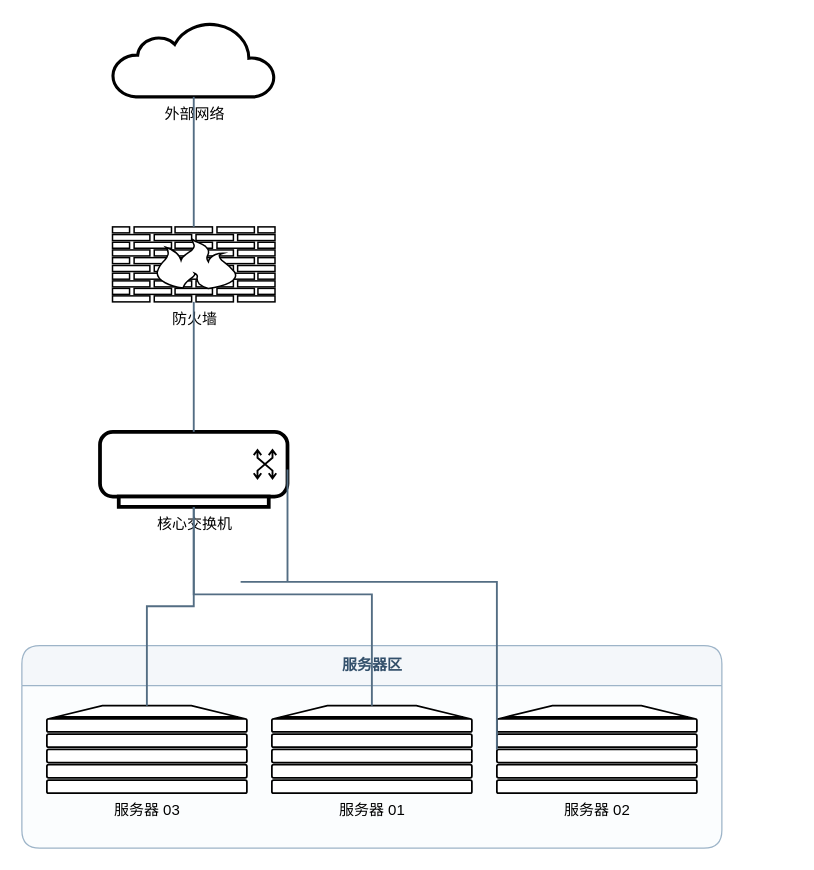
ttonghao-thao/Ai-Diagram keeps this draw.io diagram as out/network.drawio. Above is the earlier version. Source tidied: cells renumbered, new cells numbered last; positions are measured from the earlier drawing's top-left corner, leaving out a move shared by most shapes. Both pictures are drawn from the tidied source at 125%, with x=0, y=0 at pixel (21, 21).
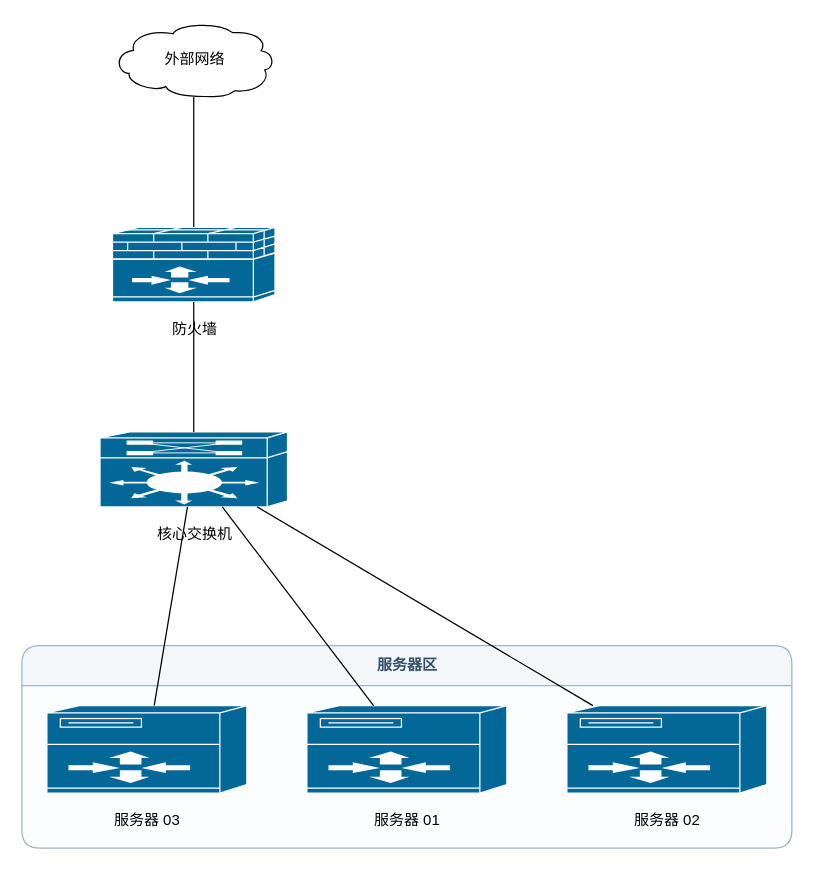
The same diagram, later.

What changed in the source:
```diff
@@
 <mxGraphModel>
   <root>
     <mxCell id="0" />
     <mxCell id="1" parent="0" />
     <mxCell id="2" value="服务器区" style="swimlane;html=1;startSize=32;horizontal=1;rounded=1;fillColor=#F4F7FA;strokeColor=#9DB4C8;fontColor=#33506B;swimlaneFillColor=#FBFDFE;" parent="1" vertex="1">
-      <mxGeometry y="499" width="560" height="162" as="geometry" />
+      <mxGeometry y="499" width="616" height="162" as="geometry" />
     </mxCell>
-    <mxCell id="3" value="外部网络" style="shape=mxgraph.networks.cloud;verticalLabelPosition=bottom;verticalAlign=top;align=center;html=1;aiKind=cloud;" parent="1" vertex="1">
+    <mxCell id="3" value="外部网络" style="sketch=0;outlineConnect=0;html=1;fillColor=#FFFFFF;strokeColor=#000000;shape=mxgraph.cisco.storage.cloud;verticalAlign=middle;align=center;fontColor=#000000;aiKind=cloud;" parent="1" vertex="1">
       <mxGeometry x="72.5" width="130" height="60" as="geometry" />
     </mxCell>
-    <mxCell id="4" value="防火墙" style="shape=mxgraph.networks.firewall;verticalLabelPosition=bottom;verticalAlign=top;align=center;html=1;aiKind=firewall;" parent="1" vertex="1">
+    <mxCell id="4" value="防火墙" style="sketch=0;outlineConnect=0;html=1;fillColor=#036897;strokeColor=#FFFFFF;shape=mxgraph.cisco.security.ios_firewall;verticalLabelPosition=bottom;verticalAlign=top;align=center;spacingTop=8;aiKind=firewall;" parent="1" vertex="1">
       <mxGeometry x="72.5" y="164" width="130" height="60" as="geometry" />
     </mxCell>
-    <mxCell id="5" value="核心交换机" style="shape=mxgraph.networks.switch;verticalLabelPosition=bottom;verticalAlign=top;align=center;html=1;aiKind=switch;" parent="1" vertex="1">
+    <mxCell id="5" value="核心交换机" style="sketch=0;outlineConnect=0;html=1;fillColor=#036897;strokeColor=#FFFFFF;shape=mxgraph.cisco.misc.route_switch_processor;verticalLabelPosition=bottom;verticalAlign=top;align=center;spacingTop=8;aiKind=switch;" parent="1" vertex="1">
       <mxGeometry x="62.5" y="328" width="150" height="60" as="geometry" />
     </mxCell>
-    <mxCell id="6" value="服务器 01" style="shape=mxgraph.networks.server;verticalLabelPosition=bottom;verticalAlign=top;align=center;html=1;aiKind=server;" parent="2" vertex="1">
-      <mxGeometry x="200" y="48" width="160" height="70" as="geometry" />
+    <mxCell id="6" value="服务器 01" style="sketch=0;outlineConnect=0;html=1;fillColor=#036897;strokeColor=#FFFFFF;shape=mxgraph.cisco.servers.server_with_router;verticalLabelPosition=bottom;verticalAlign=top;align=center;spacingTop=8;aiKind=server;" parent="2" vertex="1">
+      <mxGeometry x="228" y="48" width="160" height="70" as="geometry" />
     </mxCell>
-    <mxCell id="7" value="服务器 02" style="shape=mxgraph.networks.server;verticalLabelPosition=bottom;verticalAlign=top;align=center;html=1;aiKind=server;" parent="2" vertex="1">
-      <mxGeometry x="380" y="48" width="160" height="70" as="geometry" />
+    <mxCell id="7" value="服务器 02" style="sketch=0;outlineConnect=0;html=1;fillColor=#036897;strokeColor=#FFFFFF;shape=mxgraph.cisco.servers.server_with_router;verticalLabelPosition=bottom;verticalAlign=top;align=center;spacingTop=8;aiKind=server;" parent="2" vertex="1">
+      <mxGeometry x="436" y="48" width="160" height="70" as="geometry" />
     </mxCell>
-    <mxCell id="8" value="服务器 03" style="shape=mxgraph.networks.server;verticalLabelPosition=bottom;verticalAlign=top;align=center;html=1;aiKind=server;" parent="2" vertex="1">
+    <mxCell id="8" value="服务器 03" style="sketch=0;outlineConnect=0;html=1;fillColor=#036897;strokeColor=#FFFFFF;shape=mxgraph.cisco.servers.server_with_router;verticalLabelPosition=bottom;verticalAlign=top;align=center;spacingTop=8;aiKind=server;" parent="2" vertex="1">
       <mxGeometry x="20" y="48" width="160" height="70" as="geometry" />
     </mxCell>
-    <mxCell id="9" style="edgeStyle=orthogonalEdgeStyle;rounded=0;jettySize=auto;html=1;strokeColor=#536D83;strokeWidth=1.5;startArrow=none;startFill=0;endArrow=none;endFill=0;aiKind=physical;aiDirection=undirected;exitX=0.5;exitY=1;exitDx=0;exitDy=0;entryX=0.5;entryY=0;entryDx=0;entryDy=0;" parent="1" edge="1" source="3" target="4">
+    <mxCell id="9" style="sketch=0;html=1;strokeColor=#000000;strokeWidth=1;labelBackgroundColor=#FFFFFF;startArrow=none;startFill=0;endArrow=none;endFill=0;aiKind=physical;aiDirection=undirected;" parent="1" edge="1" source="3" target="4">
       <mxGeometry relative="1" as="geometry" />
     </mxCell>
-    <mxCell id="10" style="edgeStyle=orthogonalEdgeStyle;rounded=0;jettySize=auto;html=1;strokeColor=#536D83;strokeWidth=1.5;startArrow=none;startFill=0;endArrow=none;endFill=0;aiKind=physical;aiDirection=undirected;exitX=0.5;exitY=1;exitDx=0;exitDy=0;entryX=0.5;entryY=0;entryDx=0;entryDy=0;" parent="1" edge="1" source="4" target="5">
+    <mxCell id="10" style="sketch=0;html=1;strokeColor=#000000;strokeWidth=1;labelBackgroundColor=#FFFFFF;startArrow=none;startFill=0;endArrow=none;endFill=0;aiKind=physical;aiDirection=undirected;" parent="1" edge="1" source="4" target="5">
       <mxGeometry relative="1" as="geometry" />
     </mxCell>
-    <mxCell id="11" style="edgeStyle=orthogonalEdgeStyle;rounded=0;jettySize=auto;html=1;strokeColor=#536D83;strokeWidth=1.5;startArrow=none;startFill=0;endArrow=none;endFill=0;aiKind=physical;aiDirection=undirected;exitX=0.5;exitY=1;exitDx=0;exitDy=0;entryX=0.5;entryY=0;entryDx=0;entryDy=0;" parent="1" edge="1" source="5" target="6">
-      <mxGeometry relative="1" as="geometry">
-        <Array as="points">
-          <mxPoint x="137.5" y="458" />
-          <mxPoint x="280" y="458" />
-        </Array>
-      </mxGeometry>
+    <mxCell id="11" style="sketch=0;html=1;strokeColor=#000000;strokeWidth=1;labelBackgroundColor=#FFFFFF;startArrow=none;startFill=0;endArrow=none;endFill=0;aiKind=physical;aiDirection=undirected;" parent="1" edge="1" source="5" target="6">
+      <mxGeometry relative="1" as="geometry" />
     </mxCell>
-    <mxCell id="12" style="edgeStyle=orthogonalEdgeStyle;rounded=0;jettySize=auto;html=1;strokeColor=#536D83;strokeWidth=1.5;startArrow=none;startFill=0;endArrow=none;endFill=0;aiKind=physical;aiDirection=undirected;exitX=1;exitY=0.5;exitDx=0;exitDy=0;entryX=0;entryY=0.5;entryDx=0;entryDy=0;" parent="1" edge="1" source="5" target="7">
-      <mxGeometry relative="1" as="geometry">
-        <Array as="points">
-          <mxPoint x="175" y="448" />
-          <mxPoint x="460" y="448" />
-        </Array>
-      </mxGeometry>
+    <mxCell id="12" style="sketch=0;html=1;strokeColor=#000000;strokeWidth=1;labelBackgroundColor=#FFFFFF;startArrow=none;startFill=0;endArrow=none;endFill=0;aiKind=physical;aiDirection=undirected;" parent="1" edge="1" source="5" target="7">
+      <mxGeometry relative="1" as="geometry" />
     </mxCell>
-    <mxCell id="13" style="edgeStyle=orthogonalEdgeStyle;rounded=0;jettySize=auto;html=1;strokeColor=#536D83;strokeWidth=1.5;startArrow=none;startFill=0;endArrow=none;endFill=0;aiKind=physical;aiDirection=undirected;exitX=0.5;exitY=1;exitDx=0;exitDy=0;entryX=0.5;entryY=0;entryDx=0;entryDy=0;" parent="1" edge="1" source="5" target="8">
+    <mxCell id="13" style="sketch=0;html=1;strokeColor=#000000;strokeWidth=1;labelBackgroundColor=#FFFFFF;startArrow=none;startFill=0;endArrow=none;endFill=0;aiKind=physical;aiDirection=undirected;" parent="1" edge="1" source="5" target="8">
       <mxGeometry relative="1" as="geometry" />
     </mxCell>
   </root>
 </mxGraphModel>
```
